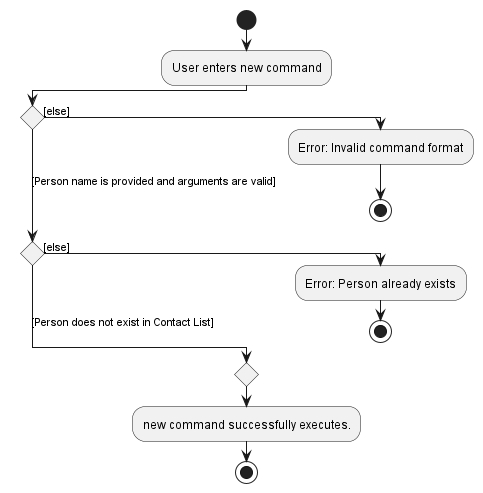
The PlantUML diagram docs/images/AddCommandActivityDiagram.png in nus-cs2103-AY2223S2/tp, before a commit. Its diagram source:
```plantuml
@startuml
!pragma useVerticalIf on
start
:User enters new command;
if () then ([else])
  :Error: Invalid command format;
  stop
([Person name is provided and arguments are valid]) elseif () then ([else])
  :Error: Person already exists;
  stop
 else ([Person does not exist in Contact List])
endif
  :new command successfully executes.;
stop

@enduml
```
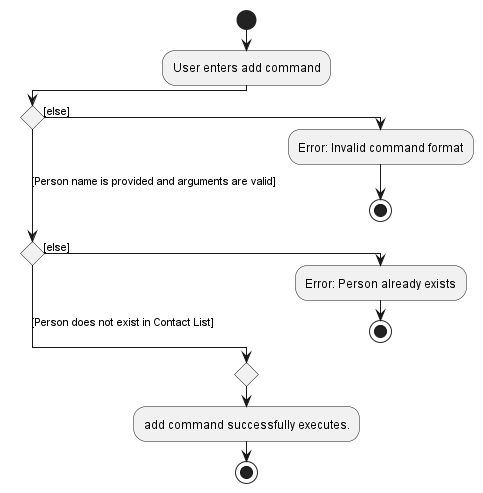
Later version of the same file.

Commit message:
add upcoming-b diagram

Change to the diagram source:
```diff
@@ -1,7 +1,7 @@
 @startuml
 !pragma useVerticalIf on
 start
-:User enters new command;
+:User enters add command;
 if () then ([else])
   :Error: Invalid command format;
   stop
@@ -10,7 +10,7 @@
   stop
  else ([Person does not exist in Contact List])
 endif
-  :new command successfully executes.;
+  :add command successfully executes.;
 stop
 
 @enduml
```
